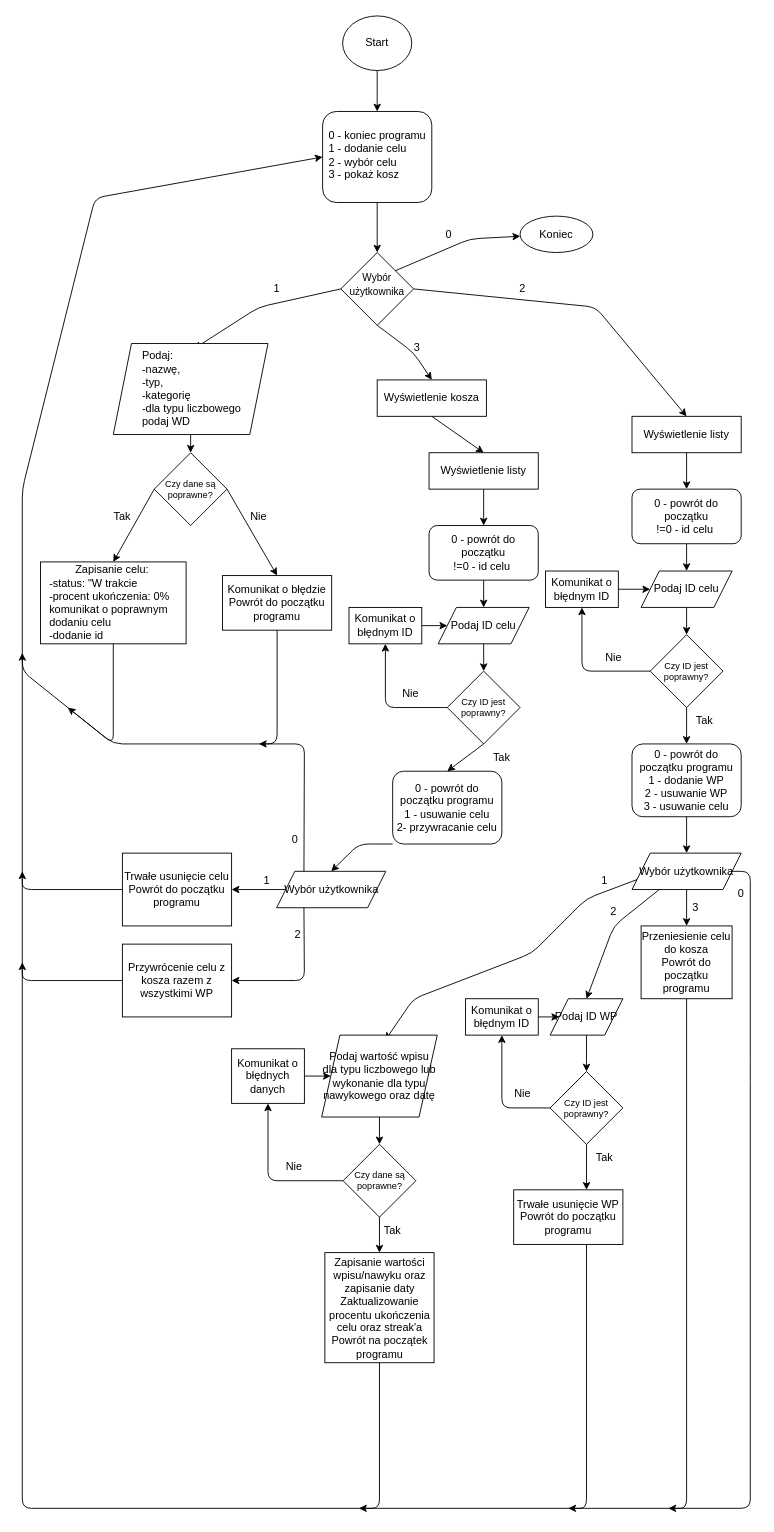
PanWafel0/goalTracker keeps this draw.io diagram as docs/Flowchart.drawio. Above is the earlier version. Source tidied: cells renumbered, new cells numbered last; positions are measured from the earlier drawing's top-left corner, leaving out a move shared by most shapes. Both pictures are drawn from the tidied source at 91%, with x=0, y=0 at pixel (22, 15).
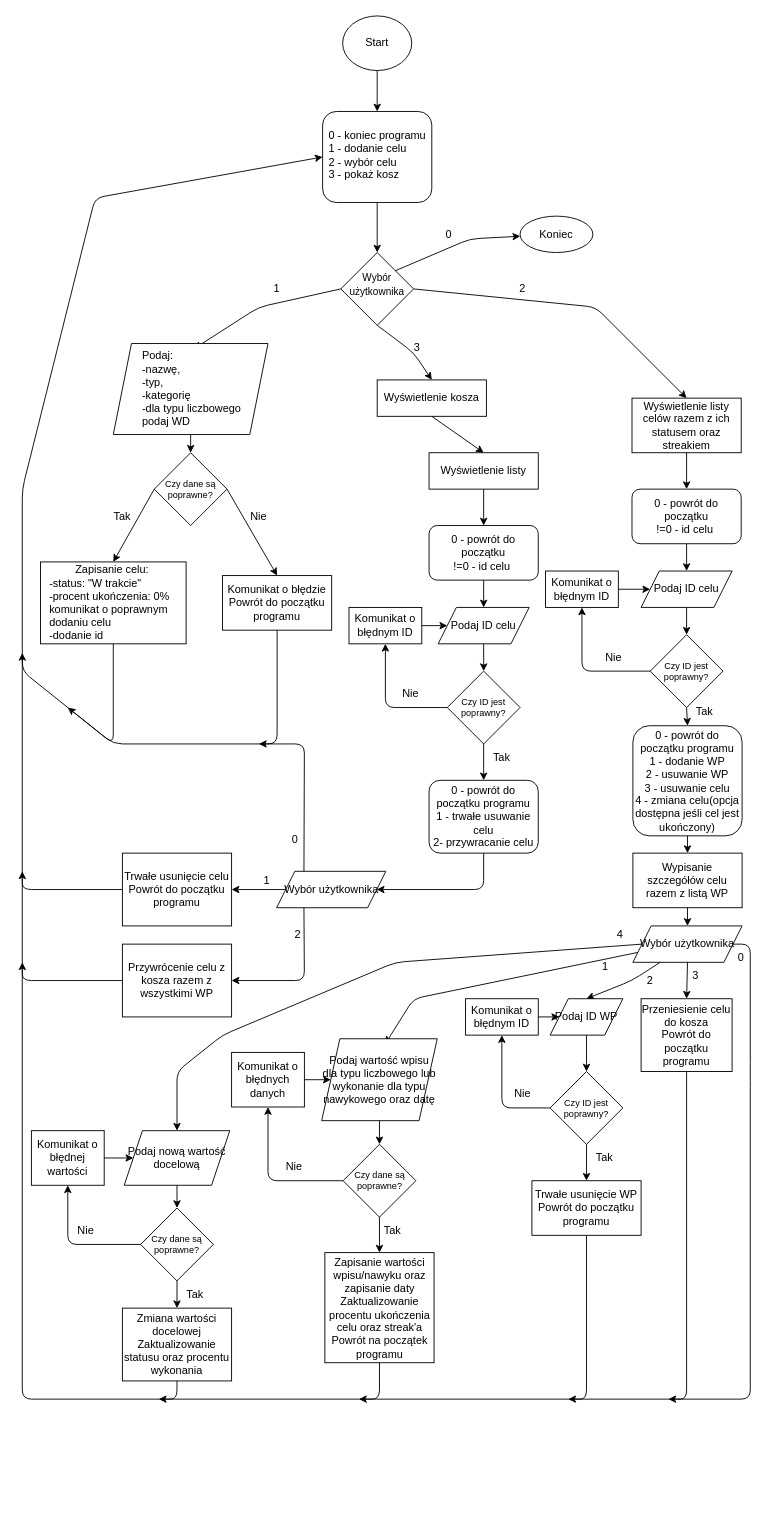
After the change.

Unchanged cells that the change refers to:
```xml
<mxCell id="14" style="rhombus;whiteSpace=wrap;html=1;shapeInside=1;" parent="1" vertex="1">
  <mxGeometry x="350" y="260" width="80" height="80" as="geometry" />
</mxCell>
<mxCell id="68" value="Wybór użytkownika" style="shape=parallelogram;perimeter=parallelogramPerimeter;whiteSpace=wrap;html=1;shapeInside=1;fixedSize=1;" parent="1" vertex="1">
  <mxGeometry x="279.5" y="940" width="120" height="40" as="geometry" />
</mxCell>
<mxCell id="79" value="Podaj ID WP" style="shape=parallelogram;perimeter=parallelogramPerimeter;whiteSpace=wrap;html=1;shapeInside=1;fixedSize=1;" parent="1" vertex="1">
  <mxGeometry x="580" y="1080" width="80" height="40" as="geometry" />
</mxCell>
<mxCell id="82" style="rhombus;whiteSpace=wrap;html=1;shapeInside=1;" parent="1" vertex="1">
  <mxGeometry x="580" y="1160" width="80" height="80" as="geometry" />
</mxCell>
<mxCell id="95" value="Zapisanie wartości wpisu/nawyku oraz zapisanie daty&lt;div&gt;Zaktualizowanie procentu ukończenia celu oraz streak'a&lt;/div&gt;&lt;div&gt;Powrót na początek programu&lt;/div&gt;" style="rounded=0;whiteSpace=wrap;html=1;" parent="1" vertex="1">
  <mxGeometry x="332.5" y="1359" width="120" height="121" as="geometry" />
</mxCell>
```

What changed in the source:
```diff
@@
-    <mxCell id="10" style="endArrow=classic;html=1;rounded=1;exitX=1;exitY=0.5;exitDx=0;exitDy=0;entryX=0.5;entryY=0;entryDx=0;entryDy=0;curved=0;" parent="1" edge="1" source="14">
-      <mxGeometry x="0.02" relative="1" as="geometry">
-        <mxPoint x="730" y="440" as="targetPoint" />
+    <mxCell id="10" style="endArrow=classic;html=1;rounded=1;exitX=1;exitY=0.5;exitDx=0;exitDy=0;entryX=0.5;entryY=0;entryDx=0;entryDy=0;curved=0;" parent="1" edge="1" source="14" target="30">
+      <mxGeometry x="0.06" relative="1" as="geometry">
         <Array as="points">
           <mxPoint x="630" y="320" />
         </Array>
       </mxGeometry>
     </mxCell>
@@
-    <mxCell id="21" value="Zapisanie celu:&lt;br&gt;&lt;div style=&quot;text-align: left;&quot;&gt;&lt;span style=&quot;background-color: transparent; color: light-dark(rgb(0, 0, 0), rgb(255, 255, 255));&quot;&gt;-status: &quot;W trakcie&lt;br&gt;-procent ukończenia: 0%&lt;/span&gt;&lt;/div&gt;&lt;div style=&quot;text-align: left;&quot;&gt;&lt;span style=&quot;background-color: transparent; color: light-dark(rgb(0, 0, 0), rgb(255, 255, 255));&quot;&gt;komunikat o poprawnym dodaniu celu&lt;/span&gt;&lt;/div&gt;&lt;div style=&quot;text-align: left;&quot;&gt;&lt;span style=&quot;background-color: transparent; color: light-dark(rgb(0, 0, 0), rgb(255, 255, 255));&quot;&gt;-dodanie id&lt;/span&gt;&lt;/div&gt;" style="text;html=1;whiteSpace=wrap;strokeColor=none;fillColor=none;align=center;verticalAlign=middle;rounded=0;" parent="1" vertex="1">
+    <mxCell id="21" value="Zapisanie celu:&lt;br&gt;&lt;div style=&quot;text-align: left;&quot;&gt;&lt;span style=&quot;background-color: transparent; color: light-dark(rgb(0, 0, 0), rgb(255, 255, 255));&quot;&gt;-status: &quot;W trakcie&quot;&lt;br&gt;-procent ukończenia: 0%&lt;/span&gt;&lt;/div&gt;&lt;div style=&quot;text-align: left;&quot;&gt;&lt;span style=&quot;background-color: transparent; color: light-dark(rgb(0, 0, 0), rgb(255, 255, 255));&quot;&gt;komunikat o poprawnym dodaniu celu&lt;/span&gt;&lt;/div&gt;&lt;div style=&quot;text-align: left;&quot;&gt;&lt;span style=&quot;background-color: transparent; color: light-dark(rgb(0, 0, 0), rgb(255, 255, 255));&quot;&gt;-dodanie id&lt;/span&gt;&lt;/div&gt;" style="text;html=1;whiteSpace=wrap;strokeColor=none;fillColor=none;align=center;verticalAlign=middle;rounded=0;" parent="1" vertex="1">
       <mxGeometry x="28.8" y="610" width="140" height="70" as="geometry" />
     </mxCell>
@@
-    <mxCell id="30" value="Wyświetlenie listy" style="rounded=0;whiteSpace=wrap;html=1;" parent="1" vertex="1">
-      <mxGeometry x="670" y="440" width="120" height="40" as="geometry" />
+    <mxCell id="30" value="Wyświetlenie listy celów razem z ich statusem oraz streakiem" style="rounded=0;whiteSpace=wrap;html=1;" parent="1" vertex="1">
+      <mxGeometry x="670" y="420" width="120" height="60" as="geometry" />
     </mxCell>
@@
-    <mxCell id="32" value="0 - powrót do początku programu&lt;div&gt;1 - dodanie WP&lt;/div&gt;&lt;div&gt;2 - usuwanie WP&lt;/div&gt;&lt;div&gt;3 - usuwanie celu&lt;/div&gt;" style="rounded=1;whiteSpace=wrap;html=1;roundedPerimeter=1;" parent="1" vertex="1">
-      <mxGeometry x="670" y="800" width="120" height="80" as="geometry" />
+    <mxCell id="32" value="0 - powrót do początku programu&lt;div&gt;1 - dodanie WP&lt;/div&gt;&lt;div&gt;2 - usuwanie WP&lt;/div&gt;&lt;div&gt;3 - usuwanie celu&lt;/div&gt;&lt;div&gt;4 - zmiana celu(opcja dostępna jeśli cel jest ukończony)&lt;/div&gt;" style="rounded=1;whiteSpace=wrap;html=1;roundedPerimeter=1;" parent="1" vertex="1">
+      <mxGeometry x="671" y="780" width="120" height="121" as="geometry" />
     </mxCell>
@@
     <mxCell id="43" value="Tak" style="text;html=1;whiteSpace=wrap;strokeColor=none;fillColor=none;align=center;verticalAlign=middle;rounded=0;" parent="1" vertex="1">
-      <mxGeometry x="720" y="760" width="60" height="30" as="geometry" />
+      <mxGeometry x="720" y="750" width="60" height="30" as="geometry" />
     </mxCell>
@@
-    <mxCell id="50" value="0 - powrót do początku programu&lt;div&gt;1 - usuwanie celu&lt;/div&gt;&lt;div&gt;2- przywracanie celu&lt;/div&gt;" style="rounded=1;whiteSpace=wrap;html=1;roundedPerimeter=1;" parent="1" vertex="1">
-      <mxGeometry x="407" y="830" width="120" height="80" as="geometry" />
+    <mxCell id="50" value="0 - powrót do początku programu&lt;div&gt;1 - trwałe usuwanie celu&lt;/div&gt;&lt;div&gt;2- przywracanie celu&lt;/div&gt;" style="rounded=1;whiteSpace=wrap;html=1;roundedPerimeter=1;" parent="1" vertex="1">
+      <mxGeometry x="447" y="840" width="120" height="80" as="geometry" />
     </mxCell>
@@
     <mxCell id="67" style="endArrow=classic;html=1;rounded=1;curved=0;exitX=1;exitY=0.5;exitDx=0;exitDy=0;" parent="1" edge="1" source="70">
-      <mxGeometry x="0.04" relative="1" as="geometry">
+      <mxGeometry x="-0.01" relative="1" as="geometry">
         <mxPoint y="700" as="targetPoint" />
         <Array as="points">
-          <mxPoint x="800" y="940" />
+          <mxPoint x="800" y="1020" />
           <mxPoint x="800" y="1160" />
-          <mxPoint x="800" y="1640" />
-          <mxPoint y="1640" />
+          <mxPoint x="800" y="1520" />
+          <mxPoint y="1520" />
         </Array>
       </mxGeometry>
     </mxCell>
@@
-    <mxCell id="69" style="endArrow=classic;html=1;rounded=1;exitX=0;exitY=1;exitDx=0;exitDy=0;entryX=0.5;entryY=0;entryDx=0;entryDy=0;curved=0;" parent="1" edge="1" source="50" target="68">
-      <mxGeometry relative="1" as="geometry">
+    <mxCell id="69" style="endArrow=classic;html=1;rounded=1;exitX=0.5;exitY=1;exitDx=0;exitDy=0;entryX=1;entryY=0.5;entryDx=0;entryDy=0;curved=0;" parent="1" edge="1" source="50" target="68">
+      <mxGeometry x="0.2" relative="1" as="geometry">
         <Array as="points">
-          <mxPoint x="370" y="910" />
+          <mxPoint x="507" y="960" />
         </Array>
       </mxGeometry>
     </mxCell>
     <mxCell id="70" value="Wybór użytkownika" style="shape=parallelogram;perimeter=parallelogramPerimeter;whiteSpace=wrap;html=1;shapeInside=1;fixedSize=1;" parent="1" vertex="1">
-      <mxGeometry x="670" y="920" width="120" height="40" as="geometry" />
+      <mxGeometry x="671" y="1000" width="120" height="40" as="geometry" />
     </mxCell>
-    <mxCell id="71" style="endArrow=classic;html=1;rounded=0;exitX=0.5;exitY=1;exitDx=0;exitDy=0;entryX=0.5;entryY=0;entryDx=0;entryDy=0;" parent="1" edge="1" source="32" target="70">
+    <mxCell id="71" style="endArrow=classic;html=1;rounded=0;exitX=0.5;exitY=1;exitDx=0;exitDy=0;entryX=0.5;entryY=0;entryDx=0;entryDy=0;" parent="1" edge="1" source="32" target="114">
       <mxGeometry relative="1" as="geometry" />
     </mxCell>
@@
     <mxCell id="74" value="Przeniesienie celu do kosza&lt;div&gt;Powrót do początku programu&lt;/div&gt;" style="rounded=0;whiteSpace=wrap;html=1;" parent="1" vertex="1">
-      <mxGeometry x="680" y="1000" width="100" height="80" as="geometry" />
+      <mxGeometry x="680" y="1080" width="100" height="80" as="geometry" />
     </mxCell>
     <mxCell id="75" value="3" style="text;html=1;whiteSpace=wrap;strokeColor=none;fillColor=none;align=center;verticalAlign=middle;rounded=0;" parent="1" vertex="1">
-      <mxGeometry x="710" y="965" width="60" height="30" as="geometry" />
+      <mxGeometry x="710" y="1040" width="60" height="30" as="geometry" />
     </mxCell>
     <mxCell id="76" style="endArrow=classic;html=1;rounded=1;exitX=0.5;exitY=1;exitDx=0;exitDy=0;curved=0;" parent="1" edge="1" source="74">
-      <mxGeometry x="-0.87" relative="1" as="geometry">
-        <mxPoint x="710" y="1640" as="targetPoint" />
+      <mxGeometry x="-0.82" relative="1" as="geometry">
+        <mxPoint x="710" y="1520" as="targetPoint" />
         <Array as="points">
-          <mxPoint x="730" y="1640" />
+          <mxPoint x="730" y="1520" />
         </Array>
       </mxGeometry>
     </mxCell>
     <mxCell id="77" value="0" style="text;html=1;whiteSpace=wrap;strokeColor=none;fillColor=none;align=center;verticalAlign=middle;rounded=0;" parent="1" vertex="1">
-      <mxGeometry x="780" y="950" width="20" height="30" as="geometry" />
+      <mxGeometry x="780" y="1020" width="20" height="30" as="geometry" />
     </mxCell>
     <mxCell id="78" style="endArrow=classic;html=1;rounded=1;exitX=0.25;exitY=1;exitDx=0;exitDy=0;entryX=0.5;entryY=0;entryDx=0;entryDy=0;curved=0;" parent="1" edge="1" source="70" target="79">
       <mxGeometry relative="1" as="geometry">
         <Array as="points">
-          <mxPoint x="650" y="1000" />
+          <mxPoint x="670" y="1060" />
         </Array>
       </mxGeometry>
     </mxCell>
@@
-    <mxCell id="86" style="endArrow=classic;html=1;rounded=0;exitX=0.5;exitY=1;exitDx=0;exitDy=0;entryX=0.5;entryY=0;entryDx=0;entryDy=0;" parent="1" edge="1" source="82">
-      <mxGeometry relative="1" as="geometry">
-        <mxPoint x="620" y="1290" as="targetPoint" />
-      </mxGeometry>
+    <mxCell id="86" style="endArrow=classic;html=1;rounded=0;exitX=0.5;exitY=1;exitDx=0;exitDy=0;entryX=0.5;entryY=0;entryDx=0;entryDy=0;" parent="1" edge="1" source="82" target="90">
+      <mxGeometry relative="1" as="geometry" />
     </mxCell>
@@
     <mxCell id="89" value="2" style="text;html=1;whiteSpace=wrap;strokeColor=none;fillColor=none;align=center;verticalAlign=middle;rounded=0;" parent="1" vertex="1">
-      <mxGeometry x="620" y="970" width="60" height="30" as="geometry" />
+      <mxGeometry x="660" y="1045" width="60" height="30" as="geometry" />
     </mxCell>
     <mxCell id="90" value="Trwałe usunięcie WP&lt;br&gt;Powrót do początku programu" style="rounded=0;whiteSpace=wrap;html=1;" parent="1" vertex="1">
-      <mxGeometry x="540" y="1290" width="120" height="60" as="geometry" />
+      <mxGeometry x="560" y="1280" width="120" height="60" as="geometry" />
     </mxCell>
-    <mxCell id="91" style="endArrow=classic;html=1;rounded=1;exitX=0.5;exitY=1;exitDx=0;exitDy=0;curved=0;" parent="1" edge="1">
+    <mxCell id="91" style="endArrow=classic;html=1;rounded=1;exitX=0.5;exitY=1;exitDx=0;exitDy=0;curved=0;" parent="1" edge="1" source="90">
       <mxGeometry x="-0.77" relative="1" as="geometry">
-        <mxPoint x="620" y="1350" as="sourcePoint" />
-        <mxPoint x="600" y="1640" as="targetPoint" />
+        <mxPoint x="600" y="1520" as="targetPoint" />
         <Array as="points">
-          <mxPoint x="620" y="1640" />
+          <mxPoint x="620" y="1520" />
         </Array>
       </mxGeometry>
     </mxCell>
     <mxCell id="92" style="endArrow=classic;html=1;rounded=1;exitX=0;exitY=0.75;exitDx=0;exitDy=0;curved=0;entryX=0.55;entryY=0.063;entryDx=0;entryDy=0;entryPerimeter=0;" parent="1" edge="1" source="70" target="93">
-      <mxGeometry x="-0.08" relative="1" as="geometry">
+      <mxGeometry x="-0.17" relative="1" as="geometry">
         <Array as="points">
-          <mxPoint x="620" y="970" />
-          <mxPoint x="560" y="1030" />
           <mxPoint x="430" y="1080" />
         </Array>
       </mxGeometry>
     </mxCell>
     <mxCell id="93" value="Podaj wartość wpisu dla typu liczbowego lub wykonanie dla typu nawykowego oraz datę" style="shape=parallelogram;perimeter=parallelogramPerimeter;whiteSpace=wrap;html=1;shapeInside=1;fixedSize=1;" parent="1" vertex="1">
-      <mxGeometry x="329" y="1120" width="127" height="90" as="geometry" />
+      <mxGeometry x="329" y="1124" width="127" height="90" as="geometry" />
     </mxCell>
     <mxCell id="94" value="1" style="text;html=1;whiteSpace=wrap;strokeColor=none;fillColor=none;align=center;verticalAlign=middle;rounded=0;" parent="1" vertex="1">
-      <mxGeometry x="610" y="935" width="60" height="30" as="geometry" />
+      <mxGeometry x="611" y="1030" width="60" height="30" as="geometry" />
     </mxCell>
@@
     <mxCell id="96" value="Komunikat o błędnych danych" style="rounded=0;whiteSpace=wrap;html=1;" parent="1" vertex="1">
-      <mxGeometry x="230" y="1135" width="80" height="60" as="geometry" />
+      <mxGeometry x="230" y="1139" width="80" height="60" as="geometry" />
     </mxCell>
@@
     <mxCell id="105" style="endArrow=classic;html=1;rounded=1;exitX=0.5;exitY=1;exitDx=0;exitDy=0;curved=0;" parent="1" edge="1" source="95">
-      <mxGeometry x="0.2" relative="1" as="geometry">
-        <mxPoint x="370" y="1640" as="targetPoint" />
+      <mxGeometry x="-0.23" relative="1" as="geometry">
+        <mxPoint x="370" y="1520" as="targetPoint" />
         <Array as="points">
-          <mxPoint x="392.5" y="1640" />
+          <mxPoint x="392.5" y="1520" />
         </Array>
       </mxGeometry>
     </mxCell>
@@
+    <mxCell id="114" value="Wypisanie szczegółów celu razem z listą WP" style="rounded=0;whiteSpace=wrap;html=1;" parent="1" vertex="1">
+      <mxGeometry x="671" y="920" width="120" height="60" as="geometry" />
+    </mxCell>
+    <mxCell id="115" style="endArrow=classic;html=1;rounded=0;exitX=0.5;exitY=1;exitDx=0;exitDy=0;entryX=0.5;entryY=0;entryDx=0;entryDy=0;" parent="1" edge="1" source="114" target="70">
+      <mxGeometry relative="1" as="geometry" />
+    </mxCell>
+    <mxCell id="116" style="endArrow=classic;html=1;rounded=1;exitX=0;exitY=0.5;exitDx=0;exitDy=0;curved=0;entryX=0.5;entryY=0;entryDx=0;entryDy=0;" parent="1" edge="1" source="70" target="118">
+      <mxGeometry x="-0.01" relative="1" as="geometry">
+        <Array as="points">
+          <mxPoint x="410" y="1040" />
+          <mxPoint x="220" y="1120" />
+          <mxPoint x="170" y="1160" />
+        </Array>
+      </mxGeometry>
+    </mxCell>
+    <mxCell id="117" value="4" style="text;html=1;whiteSpace=wrap;strokeColor=none;fillColor=none;align=center;verticalAlign=middle;rounded=0;" parent="1" vertex="1">
+      <mxGeometry x="627" y="995" width="60" height="30" as="geometry" />
+    </mxCell>
+    <mxCell id="118" value="Podaj nową wartość docelową" style="shape=parallelogram;perimeter=parallelogramPerimeter;whiteSpace=wrap;html=1;shapeInside=1;fixedSize=1;" parent="1" vertex="1">
+      <mxGeometry x="112" y="1225" width="116" height="60" as="geometry" />
+    </mxCell>
+    <mxCell id="119" value="Komunikat o błędnej wartości" style="rounded=0;whiteSpace=wrap;html=1;" parent="1" vertex="1">
+      <mxGeometry x="10" y="1225" width="80" height="60" as="geometry" />
+    </mxCell>
+    <mxCell id="120" style="endArrow=classic;html=1;rounded=0;exitX=0.5;exitY=1;exitDx=0;exitDy=0;entryX=0.5;entryY=0;entryDx=0;entryDy=0;" parent="1" edge="1" source="118" target="121">
+      <mxGeometry relative="1" as="geometry" />
+    </mxCell>
+    <mxCell id="121" style="rhombus;whiteSpace=wrap;html=1;shapeInside=1;" parent="1" vertex="1">
+      <mxGeometry x="130" y="1310" width="80" height="80" as="geometry" />
+    </mxCell>
+    <mxCell id="122" value="Czy dane są poprawne?" style="text;html=1;whiteSpace=wrap;strokeColor=none;fillColor=none;align=center;verticalAlign=middle;rounded=0;fontSize=10;" parent="1" vertex="1">
+      <mxGeometry x="140" y="1335" width="60" height="30" as="geometry" />
+    </mxCell>
+    <mxCell id="123" style="endArrow=classic;html=1;rounded=1;exitX=0;exitY=0.5;exitDx=0;exitDy=0;entryX=0.5;entryY=1;entryDx=0;entryDy=0;curved=0;" parent="1" edge="1" source="121" target="119">
+      <mxGeometry x="-0.09" relative="1" as="geometry">
+        <Array as="points">
+          <mxPoint x="50" y="1350" />
+        </Array>
+      </mxGeometry>
+    </mxCell>
+    <mxCell id="124" value="Nie" style="text;html=1;whiteSpace=wrap;strokeColor=none;fillColor=none;align=center;verticalAlign=middle;rounded=0;" parent="1" vertex="1">
+      <mxGeometry x="40" y="1320" width="60" height="30" as="geometry" />
+    </mxCell>
+    <mxCell id="125" style="endArrow=classic;html=1;rounded=0;exitX=1;exitY=0.5;exitDx=0;exitDy=0;entryX=0;entryY=0.5;entryDx=0;entryDy=0;" parent="1" edge="1" source="119" target="118">
+      <mxGeometry relative="1" as="geometry" />
+    </mxCell>
+    <mxCell id="126" value="Tak" style="text;html=1;whiteSpace=wrap;strokeColor=none;fillColor=none;align=center;verticalAlign=middle;rounded=0;" parent="1" vertex="1">
+      <mxGeometry x="160" y="1390" width="60" height="30" as="geometry" />
+    </mxCell>
+    <mxCell id="127" style="endArrow=classic;html=1;rounded=0;exitX=0.5;exitY=1;exitDx=0;exitDy=0;" parent="1" edge="1" source="121">
+      <mxGeometry relative="1" as="geometry">
+        <mxPoint x="170" y="1420" as="targetPoint" />
+      </mxGeometry>
+    </mxCell>
+    <mxCell id="128" value="Zmiana wartości docelowej&lt;div&gt;Zaktualizowanie statusu oraz procentu wykonania&lt;/div&gt;" style="rounded=0;whiteSpace=wrap;html=1;" parent="1" vertex="1">
+      <mxGeometry x="110" y="1420" width="120" height="80" as="geometry" />
+    </mxCell>
+    <mxCell id="129" style="endArrow=classic;html=1;rounded=1;exitX=0.5;exitY=1;exitDx=0;exitDy=0;curved=0;" parent="1" edge="1" source="128">
+      <mxGeometry relative="1" as="geometry">
+        <mxPoint x="150" y="1520" as="targetPoint" />
+        <Array as="points">
+          <mxPoint x="170" y="1520" />
+        </Array>
+      </mxGeometry>
+    </mxCell>
```
